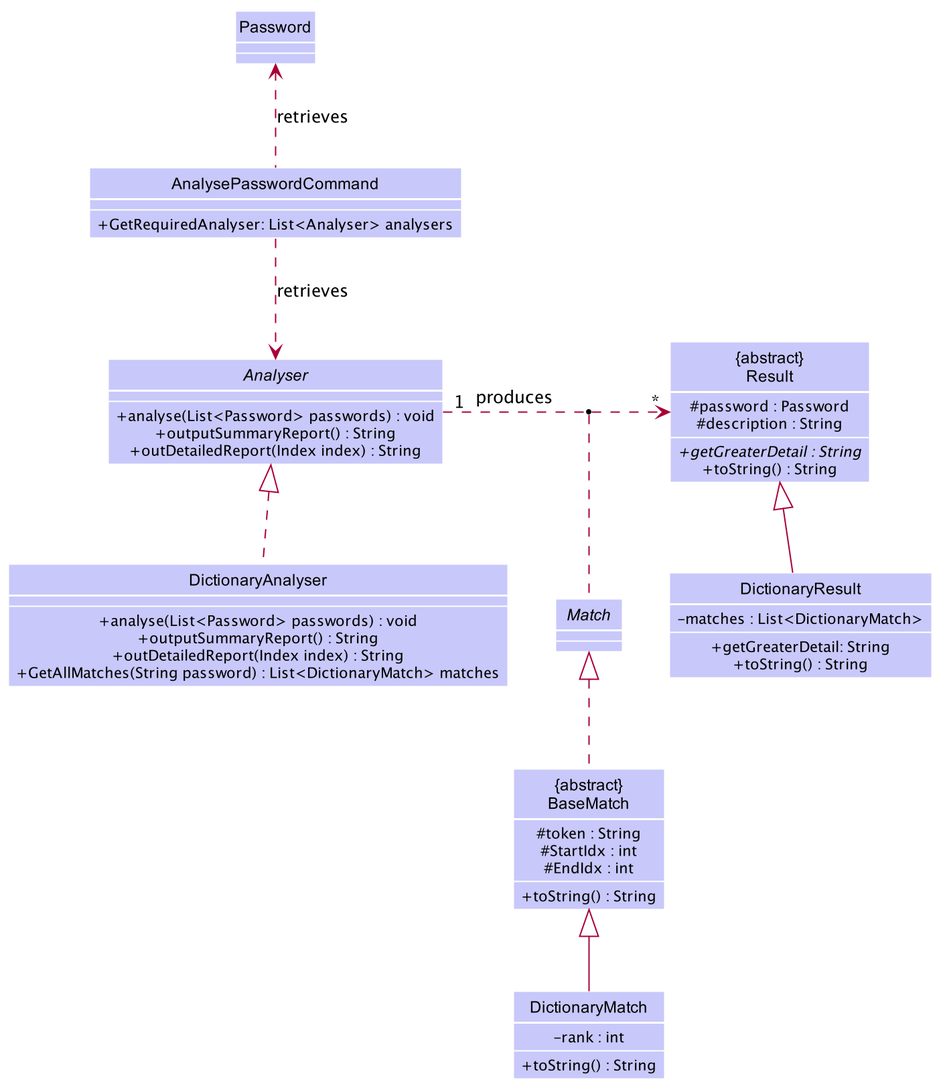
nus-cs2103-AY1920S1/addressbook-level3 keeps this PlantUML diagram as docs/images/AnalyserClassDiagram.png. Above is the earlier version. Source of this version:
```plantuml
@startuml








skinparam BackgroundColor #FFFFFFF

skinparam Shadowing false

skinparam Class {
    FontColor #FFFFFF
    BorderThickness 1
    BorderColor #FFFFFF
    StereotypeFontColor #FFFFFF
    FontName Arial
}

skinparam Actor {
    BorderColor #000000
    Color #000000
    FontName Arial
}

skinparam Sequence {
    MessageAlign center
    BoxFontSize 15
    BoxPadding 0
    BoxFontColor #FFFFFF
    FontName Arial
}

skinparam Participant {
    FontColor #FFFFFFF
    Padding 20
}

skinparam MinClassWidth 50
skinparam ParticipantPadding 10
skinparam Shadowing false
skinparam DefaultTextAlignment center
skinparam packageStyle Rectangle

hide footbox
hide members
hide circle

Class AnalysePasswordCommand #C8C8FA{
--
+GetRequiredAnalyser: List<Analyser> analysers
}

Class Password #C8C8FA

Interface Analyser #C8C8FA {
----
+ analyse(List<Password> passwords) : void
+outputSummaryReport() : String
+outDetailedReport(Index index) : String
}

Class DictionaryAnalyser #C8C8FA {
--
+ analyse(List<Password> passwords) : void
+outputSummaryReport() : String
+outDetailedReport(Index index) : String
+GetAllMatches(String password) : List<DictionaryMatch> matches
}

Class "{abstract}\nResult" as Result #C8C8FA{
# password : Password
# description : String
---
+ {abstract} getGreaterDetail : String
+ toString() : String
}

Class DictionaryResult #C8C8FA {
- matches : List<DictionaryMatch>
--
+ getGreaterDetail: String
+toString() : String
}

Interface Match #C8C8FA {
----
}

Class "{abstract}\nBaseMatch" as BaseMatch #C8C8FA{
# token : String
# StartIdx : int
# EndIdx : int
---
+ toString() : String
}

Class DictionaryMatch #C8C8FA {
- rank : int
--
+toString() : String
}

AnalysePasswordCommand .up.> Password : retrieves
AnalysePasswordCommand .down.> Analyser : retrieves

Analyser "1" .right.> "*" Result : produces
(Analyser, Result) .. Match
BaseMatch .up.|> Match
DictionaryMatch  -up-|> BaseMatch

DictionaryAnalyser .up.|> Analyser

DictionaryResult  -up-|> Result



show members

skinparam classFontColor #000000
skinparam classAttributeIconSize 0
@enduml
```
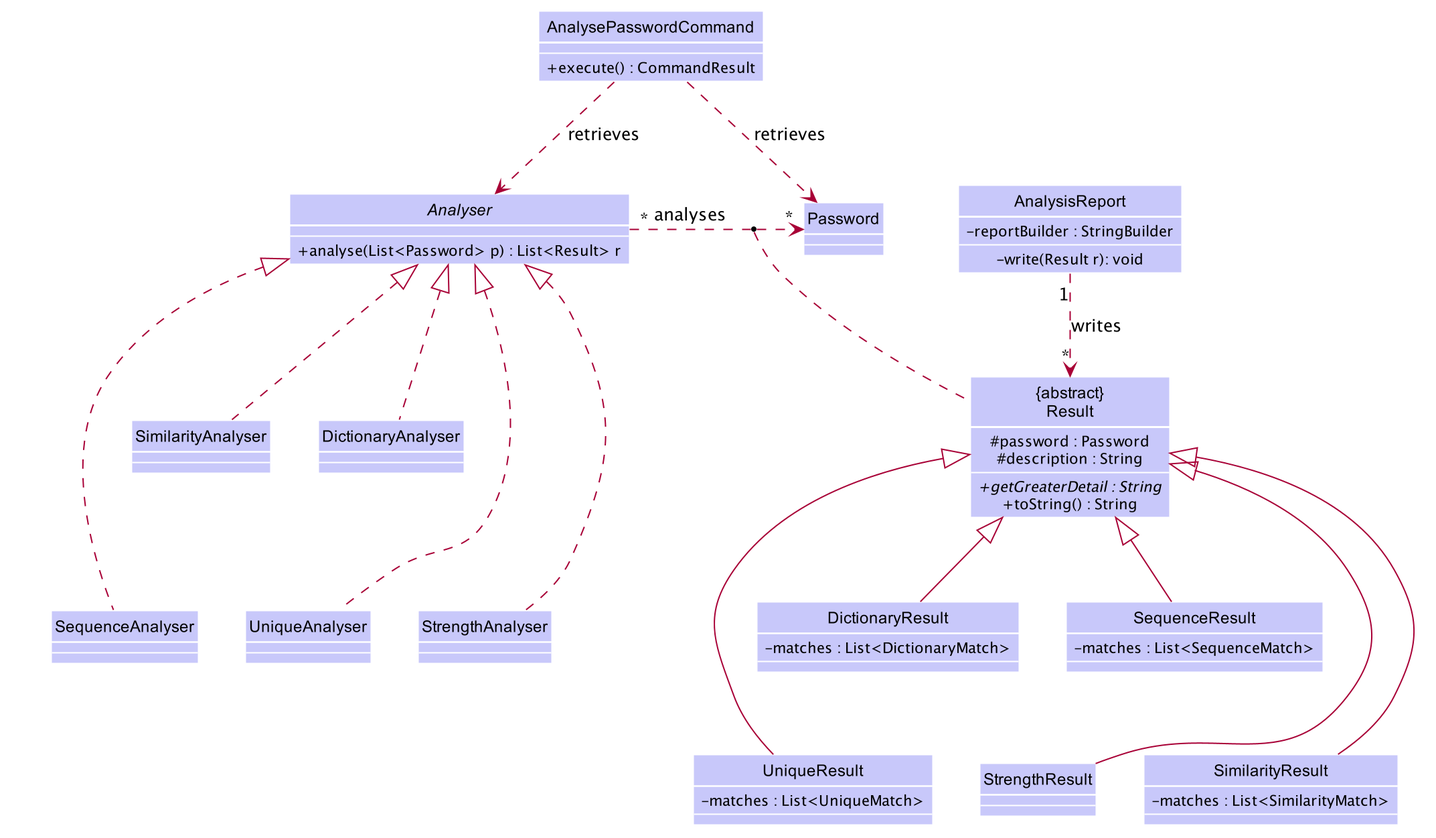
Later version of the same file.

Commit message:
updated analyse password implementation in ug

The edit, as a diff of the source:
```diff
@@ -1,4 +1,5 @@
 @startuml
+
 
 
 
@@ -50,24 +51,24 @@
 
 Class AnalysePasswordCommand #C8C8FA{
 --
-+GetRequiredAnalyser: List<Analyser> analysers
++execute() : CommandResult
 }
 
 Class Password #C8C8FA
+    Interface Analyser #C8C8FA {
+    ----
+    + analyse(List<Password> p) : List<Result> r
+    }
+together {
+    Class DictionaryAnalyser #C8C8FA
 
-Interface Analyser #C8C8FA {
-----
-+ analyse(List<Password> passwords) : void
-+outputSummaryReport() : String
-+outDetailedReport(Index index) : String
-}
+    Class SimilarityAnalyser #C8C8FA
 
-Class DictionaryAnalyser #C8C8FA {
---
-+ analyse(List<Password> passwords) : void
-+outputSummaryReport() : String
-+outDetailedReport(Index index) : String
-+GetAllMatches(String password) : List<DictionaryMatch> matches
+    Class SequenceAnalyser  #C8C8FA
+
+    Class StrengthAnalyser  #C8C8FA
+
+    Class UniqueAnalyser  #C8C8FA
 }
 
 Class "{abstract}\nResult" as Result #C8C8FA{
@@ -78,44 +79,58 @@
 + toString() : String
 }
 
-Class DictionaryResult #C8C8FA {
-- matches : List<DictionaryMatch>
---
-+ getGreaterDetail: String
-+toString() : String
+together {
+    Class DictionaryResult #C8C8FA{
+    - matches : List<DictionaryMatch>
+    }
+
+    Class SimilarityResult #C8C8FA{
+    - matches : List<SimilarityMatch>
+    }
+
+    Class SequenceResult #C8C8FA {
+    - matches : List<SequenceMatch>
+    }
+    Class StrengthResult #C8C8FA
+
+    Class UniqueResult #C8C8FA {
+    - matches : List<UniqueMatch>
+    }
 }
 
-Interface Match #C8C8FA {
+
+Class AnalysisReport #C8C8FA{
+-reportBuilder : StringBuilder
 ----
+- write(Result r): void
 }
 
-Class "{abstract}\nBaseMatch" as BaseMatch #C8C8FA{
-# token : String
-# StartIdx : int
-# EndIdx : int
----
-+ toString() : String
-}
-
-Class DictionaryMatch #C8C8FA {
-- rank : int
---
-+toString() : String
-}
-
-AnalysePasswordCommand .up.> Password : retrieves
+AnalysePasswordCommand .> Password : retrieves
 AnalysePasswordCommand .down.> Analyser : retrieves
 
-Analyser "1" .right.> "*" Result : produces
-(Analyser, Result) .. Match
-BaseMatch .up.|> Match
-DictionaryMatch  -up-|> BaseMatch
+Analyser "*" .right.> "*" Password : analyses
+(Analyser, Password) .. Result
 
 DictionaryAnalyser .up.|> Analyser
+SimilarityAnalyser .up.|> Analyser
+UniqueAnalyser .up.|> Analyser
+SequenceAnalyser .up.|> Analyser
+StrengthAnalyser .up.|> Analyser
+UniqueAnalyser -[hidden]up- SimilarityAnalyser
+SequenceAnalyser -[hidden]up UniqueAnalyser
+StrengthAnalyser -[hidden]up SequenceAnalyser
+SimilarityAnalyser -[hidden]up DictionaryAnalyser
+
+AnalysisReport "1".down.>"*" Result : writes
 
 DictionaryResult  -up-|> Result
-
-
+SimilarityResult -up-|> Result
+SequenceResult  -up-|> Result
+UniqueResult -up-|> Result
+StrengthResult  -up-|> Result
+SimilarityResult -[hidden]up- SequenceResult
+UniqueResult -[hidden]up- DictionaryResult
+StrengthResult -[hidden]up- DictionaryResult
 
 show members
 
```
